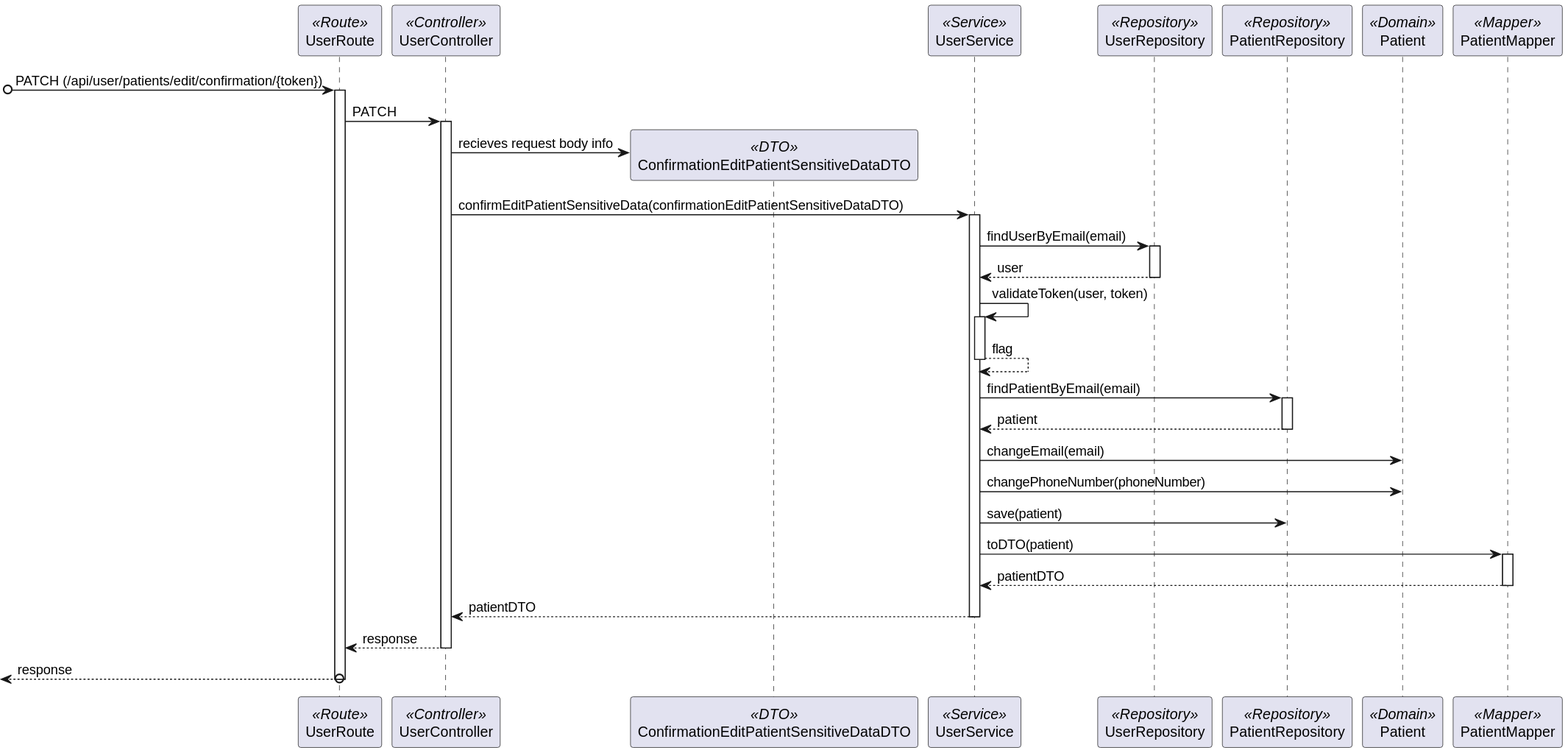
The PlantUML diagram docs/Sprint_1/US_5.1.4/L3/Process_View_Posterior_Confirmation.svg in Rodrick0209/ISEP-SEM5PI-24-25, before a commit.
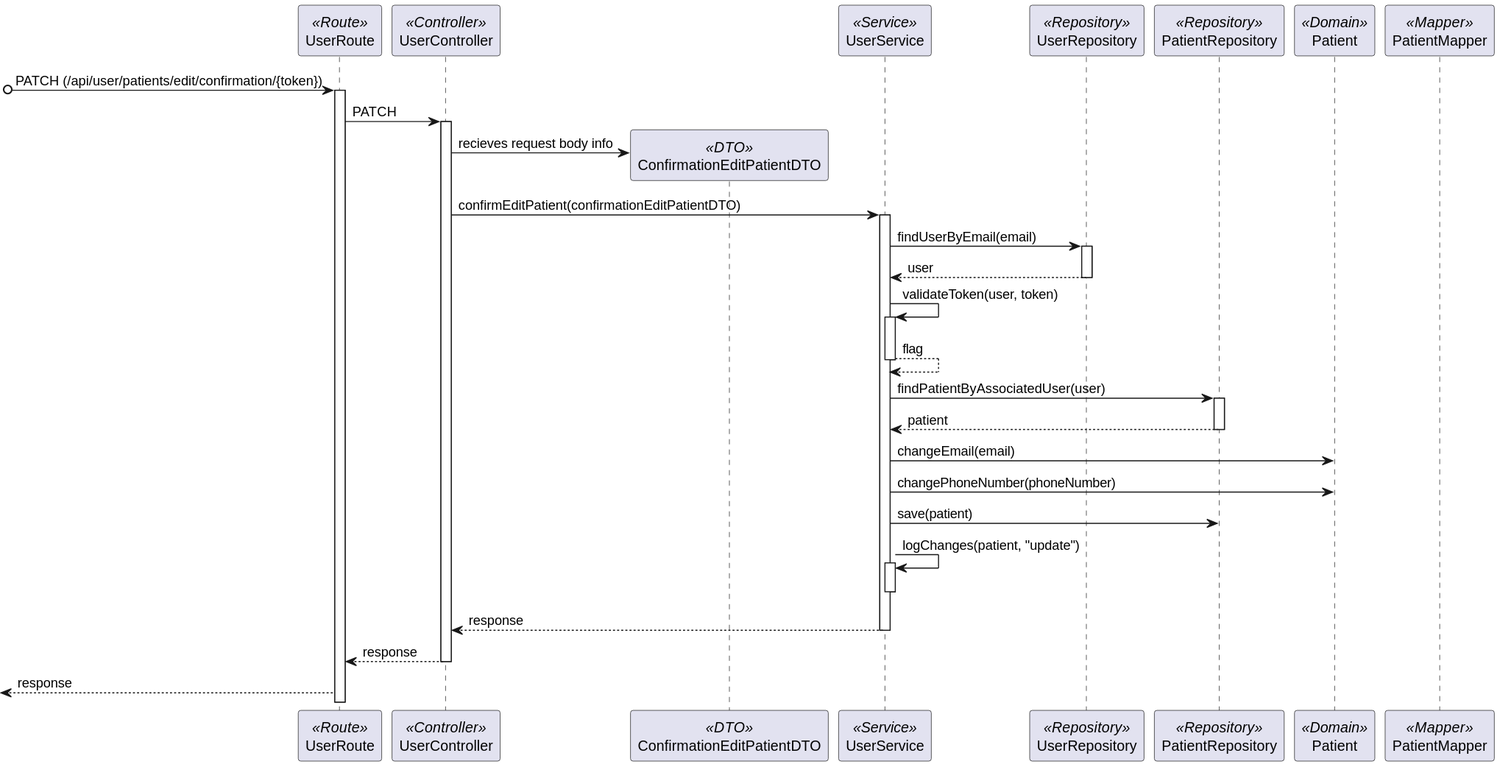
After the commit.

What changed in the source:
```diff
@@ -1,7 +1,7 @@
 @startuml
 participant UserRoute as Route <<Route>>
 participant UserController as Controller <<Controller>>
-participant ConfirmationEditPatientSensitiveDataDTO as ConfirmationDTO <<DTO>>
+participant ConfirmationEditPatientDTO as ConfirmationDTO <<DTO>>
 participant UserService as Service <<Service>>
 participant UserRepository as Repository <<Repository>>
 participant PatientRepository as PatientRepository <<Repository>>
@@ -12,7 +12,7 @@
 Route -> Controller : PATCH
 activate Controller
 Controller -> ConfirmationDTO** : recieves request body info
-Controller -> Service : confirmEditPatientSensitiveData(confirmationEditPatientSensitiveDataDTO)
+Controller -> Service : confirmEditPatient(confirmationEditPatientDTO)
 activate Service
 Service -> Repository : findUserByEmail(email)
 activate Repository
@@ -20,16 +20,16 @@
 Service -> Service : validateToken(user, token)
 activate Service
 return flag
-Service -> PatientRepository : findPatientByEmail(email)
+Service -> PatientRepository : findPatientByAssociatedUser(user)
 activate PatientRepository
 return patient
 Service -> Patient : changeEmail(email)
 Service -> Patient : changePhoneNumber(phoneNumber)
 Service -> PatientRepository : save(patient)
-Service -> Mapper : toDTO(patient)
-activate Mapper
-return patientDTO
-return patientDTO
+Service -> Service : logChanges(patient, "update")
+activate Service
+deactivate Service
 return response
 return response
+<-- Route : response
 @enduml
```
